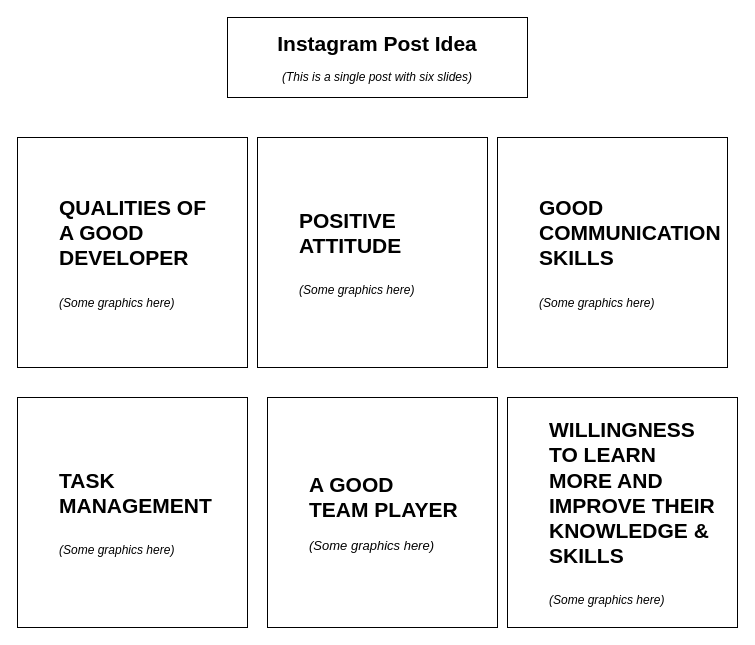
Above: Digital Marketting.drawio in fredricksimi/flickr (draw.io), before the change. Source tidied: cells renumbered, new cells numbered last; positions are measured from the earlier drawing's top-left corner, leaving out a move shared by most shapes. Both pictures are drawn from the tidied source at 100%, with x=0, y=0 at pixel (17, 17).
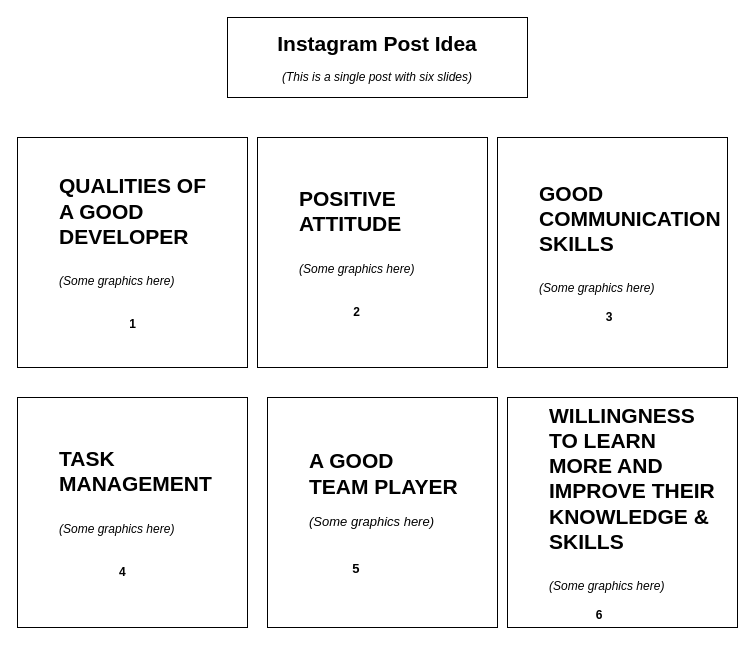
Above is the later version.

What changed in the source:
```diff
@@
 <mxGraphModel>
   <root>
     <mxCell id="0" />
     <mxCell id="1" parent="0" />
-    <mxCell id="2" value="&lt;blockquote style=&quot;margin: 0 0 0 40px ; border: none ; padding: 0px&quot;&gt;&lt;font style=&quot;font-size: 21px&quot;&gt;&lt;b&gt;QUALITIES OF &lt;/b&gt;&lt;/font&gt;&lt;div style=&quot;font-size: 21px&quot;&gt;&lt;font style=&quot;font-size: 21px&quot;&gt;&lt;b&gt;A GOOD&amp;nbsp;&lt;/b&gt;&lt;/font&gt;&lt;/div&gt;&lt;div style=&quot;font-size: 21px&quot;&gt;&lt;font style=&quot;font-size: 21px&quot;&gt;&lt;b&gt;DEVELOPER&lt;/b&gt;&lt;/font&gt;&lt;/div&gt;&lt;div style=&quot;font-size: 21px&quot;&gt;&lt;font style=&quot;font-size: 21px&quot;&gt;&lt;b&gt;&lt;br&gt;&lt;/b&gt;&lt;/font&gt;&lt;/div&gt;&lt;div&gt;&lt;i&gt;&lt;font style=&quot;font-size: 12px&quot;&gt;(Some graphics here)&lt;/font&gt;&lt;/i&gt;&lt;/div&gt;&lt;/blockquote&gt;" style="whiteSpace=wrap;html=1;align=left;" parent="1" vertex="1">
+    <mxCell id="2" value="&lt;blockquote style=&quot;margin: 0 0 0 40px ; border: none ; padding: 0px&quot;&gt;&lt;font style=&quot;font-size: 21px&quot;&gt;&lt;b&gt;QUALITIES OF &lt;/b&gt;&lt;/font&gt;&lt;div style=&quot;font-size: 21px&quot;&gt;&lt;font style=&quot;font-size: 21px&quot;&gt;&lt;b&gt;A GOOD&amp;nbsp;&lt;/b&gt;&lt;/font&gt;&lt;/div&gt;&lt;div style=&quot;font-size: 21px&quot;&gt;&lt;font style=&quot;font-size: 21px&quot;&gt;&lt;b&gt;DEVELOPER&lt;/b&gt;&lt;/font&gt;&lt;/div&gt;&lt;div style=&quot;font-size: 21px&quot;&gt;&lt;font style=&quot;font-size: 21px&quot;&gt;&lt;b&gt;&lt;br&gt;&lt;/b&gt;&lt;/font&gt;&lt;/div&gt;&lt;div&gt;&lt;i&gt;&lt;font style=&quot;font-size: 12px&quot;&gt;(Some graphics here)&lt;/font&gt;&lt;/i&gt;&lt;/div&gt;&lt;div&gt;&lt;i&gt;&lt;font style=&quot;font-size: 12px&quot;&gt;&lt;br&gt;&lt;/font&gt;&lt;/i&gt;&lt;/div&gt;&lt;div&gt;&lt;i&gt;&lt;font style=&quot;font-size: 12px&quot;&gt;&lt;br&gt;&lt;/font&gt;&lt;/i&gt;&lt;/div&gt;&lt;div style=&quot;text-align: center&quot;&gt;&lt;font style=&quot;font-size: 12px&quot;&gt;&lt;b&gt;1&lt;/b&gt;&lt;/font&gt;&lt;/div&gt;&lt;/blockquote&gt;" style="whiteSpace=wrap;html=1;align=left;" parent="1" vertex="1">
       <mxGeometry y="120" width="230" height="230" as="geometry" />
     </mxCell>
-    <mxCell id="3" value="&lt;blockquote style=&quot;margin: 0 0 0 40px ; border: none ; padding: 0px&quot;&gt;&lt;span style=&quot;font-size: 21px&quot;&gt;&lt;b&gt;POSITIVE&lt;/b&gt;&lt;/span&gt;&lt;/blockquote&gt;&lt;blockquote style=&quot;margin: 0 0 0 40px ; border: none ; padding: 0px&quot;&gt;&lt;span style=&quot;font-size: 21px&quot;&gt;&lt;b&gt;ATTITUDE&lt;/b&gt;&lt;/span&gt;&lt;/blockquote&gt;&lt;blockquote style=&quot;margin: 0 0 0 40px ; border: none ; padding: 0px&quot;&gt;&lt;span style=&quot;font-size: 21px&quot;&gt;&lt;b&gt;&lt;br&gt;&lt;/b&gt;&lt;/span&gt;&lt;/blockquote&gt;&lt;blockquote style=&quot;margin: 0 0 0 40px ; border: none ; padding: 0px&quot;&gt;&lt;i&gt;&lt;font style=&quot;font-size: 12px&quot;&gt;(Some graphics here)&lt;/font&gt;&lt;/i&gt;&lt;/blockquote&gt;" style="whiteSpace=wrap;html=1;align=left;" parent="1" vertex="1">
+    <mxCell id="3" value="&lt;blockquote style=&quot;margin: 0 0 0 40px ; border: none ; padding: 0px&quot;&gt;&lt;span style=&quot;font-size: 21px&quot;&gt;&lt;b&gt;POSITIVE&lt;/b&gt;&lt;/span&gt;&lt;/blockquote&gt;&lt;blockquote style=&quot;margin: 0 0 0 40px ; border: none ; padding: 0px&quot;&gt;&lt;span style=&quot;font-size: 21px&quot;&gt;&lt;b&gt;ATTITUDE&lt;/b&gt;&lt;/span&gt;&lt;/blockquote&gt;&lt;blockquote style=&quot;margin: 0 0 0 40px ; border: none ; padding: 0px&quot;&gt;&lt;span style=&quot;font-size: 21px&quot;&gt;&lt;b&gt;&lt;br&gt;&lt;/b&gt;&lt;/span&gt;&lt;/blockquote&gt;&lt;blockquote style=&quot;margin: 0 0 0 40px ; border: none ; padding: 0px&quot;&gt;&lt;i&gt;&lt;font style=&quot;font-size: 12px&quot;&gt;(Some graphics here)&lt;/font&gt;&lt;/i&gt;&lt;/blockquote&gt;&lt;blockquote style=&quot;margin: 0 0 0 40px ; border: none ; padding: 0px&quot;&gt;&lt;i&gt;&lt;font style=&quot;font-size: 12px&quot;&gt;&lt;br&gt;&lt;/font&gt;&lt;/i&gt;&lt;/blockquote&gt;&lt;blockquote style=&quot;margin: 0 0 0 40px ; border: none ; padding: 0px&quot;&gt;&lt;i&gt;&lt;font style=&quot;font-size: 12px&quot;&gt;&lt;br&gt;&lt;/font&gt;&lt;/i&gt;&lt;/blockquote&gt;&lt;blockquote style=&quot;text-align: center ; margin: 0px 0px 0px 40px ; border: none ; padding: 0px&quot;&gt;&lt;b&gt;2&lt;/b&gt;&lt;i&gt;&lt;font style=&quot;font-size: 12px&quot;&gt;&lt;br&gt;&lt;/font&gt;&lt;/i&gt;&lt;/blockquote&gt;" style="whiteSpace=wrap;html=1;align=left;" parent="1" vertex="1">
       <mxGeometry x="240" y="120" width="230" height="230" as="geometry" />
     </mxCell>
-    <mxCell id="4" value="&lt;blockquote style=&quot;margin: 0 0 0 40px ; border: none ; padding: 0px&quot;&gt;&lt;span style=&quot;font-size: 21px&quot;&gt;&lt;b&gt;GOOD&amp;nbsp;&lt;/b&gt;&lt;/span&gt;&lt;/blockquote&gt;&lt;blockquote style=&quot;margin: 0 0 0 40px ; border: none ; padding: 0px&quot;&gt;&lt;span style=&quot;font-size: 21px&quot;&gt;&lt;b&gt;COMMUNICATION&lt;/b&gt;&lt;/span&gt;&lt;/blockquote&gt;&lt;blockquote style=&quot;margin: 0 0 0 40px ; border: none ; padding: 0px&quot;&gt;&lt;span style=&quot;font-size: 21px&quot;&gt;&lt;b&gt;SKILLS&lt;/b&gt;&lt;/span&gt;&lt;/blockquote&gt;&lt;blockquote style=&quot;margin: 0 0 0 40px ; border: none ; padding: 0px&quot;&gt;&lt;span style=&quot;font-size: 21px&quot;&gt;&lt;b&gt;&lt;br&gt;&lt;/b&gt;&lt;/span&gt;&lt;/blockquote&gt;&lt;blockquote style=&quot;margin: 0 0 0 40px ; border: none ; padding: 0px&quot;&gt;&lt;font style=&quot;font-size: 12px&quot;&gt;&lt;i&gt;(Some graphics here)&lt;/i&gt;&lt;/font&gt;&lt;/blockquote&gt;" style="whiteSpace=wrap;html=1;align=left;" parent="1" vertex="1">
+    <mxCell id="4" value="&lt;blockquote style=&quot;margin: 0 0 0 40px ; border: none ; padding: 0px&quot;&gt;&lt;span style=&quot;font-size: 21px&quot;&gt;&lt;b&gt;GOOD&amp;nbsp;&lt;/b&gt;&lt;/span&gt;&lt;/blockquote&gt;&lt;blockquote style=&quot;margin: 0 0 0 40px ; border: none ; padding: 0px&quot;&gt;&lt;span style=&quot;font-size: 21px&quot;&gt;&lt;b&gt;COMMUNICATION&lt;/b&gt;&lt;/span&gt;&lt;/blockquote&gt;&lt;blockquote style=&quot;margin: 0 0 0 40px ; border: none ; padding: 0px&quot;&gt;&lt;span style=&quot;font-size: 21px&quot;&gt;&lt;b&gt;SKILLS&lt;/b&gt;&lt;/span&gt;&lt;/blockquote&gt;&lt;blockquote style=&quot;margin: 0 0 0 40px ; border: none ; padding: 0px&quot;&gt;&lt;span style=&quot;font-size: 21px&quot;&gt;&lt;b&gt;&lt;br&gt;&lt;/b&gt;&lt;/span&gt;&lt;/blockquote&gt;&lt;blockquote style=&quot;margin: 0 0 0 40px ; border: none ; padding: 0px&quot;&gt;&lt;font style=&quot;font-size: 12px&quot;&gt;&lt;i&gt;(Some graphics here)&lt;/i&gt;&lt;/font&gt;&lt;/blockquote&gt;&lt;blockquote style=&quot;margin: 0 0 0 40px ; border: none ; padding: 0px&quot;&gt;&lt;b style=&quot;text-align: center&quot;&gt;&lt;br&gt;&lt;/b&gt;&lt;/blockquote&gt;&lt;blockquote style=&quot;text-align: left ; margin: 0px 0px 0px 40px ; border: none ; padding: 0px&quot;&gt;&lt;span style=&quot;text-align: center&quot;&gt;&lt;i&gt;&amp;nbsp; &amp;nbsp; &amp;nbsp; &amp;nbsp; &amp;nbsp; &amp;nbsp; &amp;nbsp; &amp;nbsp; &amp;nbsp; &amp;nbsp;&amp;nbsp;&lt;/i&gt;&lt;/span&gt;&lt;b style=&quot;text-align: center&quot;&gt;3&lt;/b&gt;&lt;/blockquote&gt;" style="whiteSpace=wrap;html=1;align=left;" parent="1" vertex="1">
       <mxGeometry x="480" y="120" width="230" height="230" as="geometry" />
     </mxCell>
-    <mxCell id="5" value="&lt;blockquote style=&quot;margin: 0 0 0 40px ; border: none ; padding: 0px&quot;&gt;&lt;span style=&quot;font-size: 21px&quot;&gt;&lt;b&gt;TASK MANAGEMENT&lt;/b&gt;&lt;/span&gt;&lt;/blockquote&gt;&lt;blockquote style=&quot;margin: 0 0 0 40px ; border: none ; padding: 0px&quot;&gt;&lt;span style=&quot;font-size: 21px&quot;&gt;&lt;b&gt;&lt;br&gt;&lt;/b&gt;&lt;/span&gt;&lt;/blockquote&gt;&lt;blockquote style=&quot;margin: 0 0 0 40px ; border: none ; padding: 0px&quot;&gt;&lt;font style=&quot;font-size: 12px&quot;&gt;&lt;i&gt;(Some graphics here)&lt;/i&gt;&lt;/font&gt;&lt;/blockquote&gt;" style="whiteSpace=wrap;html=1;align=left;" parent="1" vertex="1">
+    <mxCell id="5" value="&lt;blockquote style=&quot;margin: 0 0 0 40px ; border: none ; padding: 0px&quot;&gt;&lt;span style=&quot;font-size: 21px&quot;&gt;&lt;b&gt;TASK MANAGEMENT&lt;/b&gt;&lt;/span&gt;&lt;/blockquote&gt;&lt;blockquote style=&quot;margin: 0 0 0 40px ; border: none ; padding: 0px&quot;&gt;&lt;span style=&quot;font-size: 21px&quot;&gt;&lt;b&gt;&lt;br&gt;&lt;/b&gt;&lt;/span&gt;&lt;/blockquote&gt;&lt;blockquote style=&quot;margin: 0 0 0 40px ; border: none ; padding: 0px&quot;&gt;&lt;font style=&quot;font-size: 12px&quot;&gt;&lt;i&gt;(Some graphics here)&lt;/i&gt;&lt;/font&gt;&lt;/blockquote&gt;&lt;blockquote style=&quot;margin: 0 0 0 40px ; border: none ; padding: 0px&quot;&gt;&lt;font style=&quot;font-size: 12px&quot;&gt;&lt;i&gt;&lt;br&gt;&lt;/i&gt;&lt;/font&gt;&lt;/blockquote&gt;&lt;blockquote style=&quot;margin: 0 0 0 40px ; border: none ; padding: 0px&quot;&gt;&lt;font style=&quot;font-size: 12px&quot;&gt;&lt;i&gt;&lt;br&gt;&lt;/i&gt;&lt;/font&gt;&lt;/blockquote&gt;&lt;blockquote style=&quot;margin: 0 0 0 40px ; border: none ; padding: 0px&quot;&gt;&lt;font style=&quot;font-size: 12px&quot;&gt;&lt;b&gt;&amp;nbsp; &amp;nbsp; &amp;nbsp; &amp;nbsp; &amp;nbsp; &amp;nbsp; &amp;nbsp; &amp;nbsp; &amp;nbsp; 4&lt;/b&gt;&lt;/font&gt;&lt;/blockquote&gt;" style="whiteSpace=wrap;html=1;align=left;" parent="1" vertex="1">
       <mxGeometry y="380" width="230" height="230" as="geometry" />
     </mxCell>
-    <mxCell id="6" value="&lt;blockquote style=&quot;margin: 0 0 0 40px ; border: none ; padding: 0px&quot;&gt;&lt;span style=&quot;font-size: 21px&quot;&gt;&lt;b&gt;A GOOD&amp;nbsp;&lt;/b&gt;&lt;/span&gt;&lt;/blockquote&gt;&lt;blockquote style=&quot;margin: 0px 0px 0px 40px ; border: none ; padding: 0px&quot;&gt;&lt;b&gt;&lt;font style=&quot;font-size: 21px&quot;&gt;TEAM PLAYER&lt;/font&gt;&lt;/b&gt;&lt;/blockquote&gt;&lt;blockquote style=&quot;margin: 0px 0px 0px 40px ; border: none ; padding: 0px ; font-size: 13px&quot;&gt;&lt;b&gt;&lt;i&gt;&lt;font style=&quot;font-size: 13px&quot;&gt;&lt;br&gt;&lt;/font&gt;&lt;/i&gt;&lt;/b&gt;&lt;/blockquote&gt;&lt;blockquote style=&quot;margin: 0px 0px 0px 40px ; border: none ; padding: 0px ; font-size: 13px&quot;&gt;&lt;i&gt;&lt;font style=&quot;font-size: 13px&quot;&gt;(Some graphics here)&lt;/font&gt;&lt;/i&gt;&lt;/blockquote&gt;" style="whiteSpace=wrap;html=1;align=left;" parent="1" vertex="1">
+    <mxCell id="6" value="&lt;blockquote style=&quot;margin: 0 0 0 40px ; border: none ; padding: 0px&quot;&gt;&lt;span style=&quot;font-size: 21px&quot;&gt;&lt;b&gt;A GOOD&amp;nbsp;&lt;/b&gt;&lt;/span&gt;&lt;/blockquote&gt;&lt;blockquote style=&quot;margin: 0px 0px 0px 40px ; border: none ; padding: 0px&quot;&gt;&lt;b&gt;&lt;font style=&quot;font-size: 21px&quot;&gt;TEAM PLAYER&lt;/font&gt;&lt;/b&gt;&lt;/blockquote&gt;&lt;blockquote style=&quot;margin: 0px 0px 0px 40px ; border: none ; padding: 0px ; font-size: 13px&quot;&gt;&lt;b&gt;&lt;i&gt;&lt;font style=&quot;font-size: 13px&quot;&gt;&lt;br&gt;&lt;/font&gt;&lt;/i&gt;&lt;/b&gt;&lt;/blockquote&gt;&lt;blockquote style=&quot;margin: 0px 0px 0px 40px ; border: none ; padding: 0px ; font-size: 13px&quot;&gt;&lt;i&gt;&lt;font style=&quot;font-size: 13px&quot;&gt;(Some graphics here)&lt;/font&gt;&lt;/i&gt;&lt;/blockquote&gt;&lt;blockquote style=&quot;margin: 0px 0px 0px 40px ; border: none ; padding: 0px ; font-size: 13px&quot;&gt;&lt;i&gt;&lt;font style=&quot;font-size: 13px&quot;&gt;&lt;br&gt;&lt;/font&gt;&lt;/i&gt;&lt;/blockquote&gt;&lt;blockquote style=&quot;margin: 0px 0px 0px 40px ; border: none ; padding: 0px ; font-size: 13px&quot;&gt;&lt;i&gt;&lt;font style=&quot;font-size: 13px&quot;&gt;&lt;br&gt;&lt;/font&gt;&lt;/i&gt;&lt;/blockquote&gt;&lt;blockquote style=&quot;margin: 0px 0px 0px 40px ; border: none ; padding: 0px ; font-size: 13px&quot;&gt;&lt;font style=&quot;font-size: 13px&quot;&gt;&lt;b&gt;&lt;span style=&quot;white-space: pre&quot;&gt; &lt;/span&gt;&amp;nbsp; &amp;nbsp; &amp;nbsp; &amp;nbsp; &amp;nbsp; &amp;nbsp;5&lt;/b&gt;&lt;/font&gt;&lt;/blockquote&gt;" style="whiteSpace=wrap;html=1;align=left;" parent="1" vertex="1">
       <mxGeometry x="250" y="380" width="230" height="230" as="geometry" />
     </mxCell>
-    <mxCell id="7" value="&lt;blockquote style=&quot;margin: 0 0 0 40px ; border: none ; padding: 0px&quot;&gt;&lt;span style=&quot;font-size: 21px&quot;&gt;&lt;b&gt;WILLINGNESS&lt;/b&gt;&lt;/span&gt;&lt;/blockquote&gt;&lt;blockquote style=&quot;margin: 0 0 0 40px ; border: none ; padding: 0px&quot;&gt;&lt;span style=&quot;font-size: 21px&quot;&gt;&lt;b&gt;TO LEARN&amp;nbsp;&lt;/b&gt;&lt;/span&gt;&lt;/blockquote&gt;&lt;blockquote style=&quot;margin: 0 0 0 40px ; border: none ; padding: 0px&quot;&gt;&lt;span style=&quot;font-size: 21px&quot;&gt;&lt;b&gt;MORE AND&amp;nbsp;&lt;/b&gt;&lt;/span&gt;&lt;/blockquote&gt;&lt;blockquote style=&quot;margin: 0 0 0 40px ; border: none ; padding: 0px&quot;&gt;&lt;span style=&quot;font-size: 21px&quot;&gt;&lt;b&gt;IMPROVE THEIR&lt;/b&gt;&lt;/span&gt;&lt;/blockquote&gt;&lt;blockquote style=&quot;margin: 0 0 0 40px ; border: none ; padding: 0px&quot;&gt;&lt;span style=&quot;font-size: 21px&quot;&gt;&lt;b&gt;KNOWLEDGE &amp;amp;&lt;/b&gt;&lt;/span&gt;&lt;/blockquote&gt;&lt;blockquote style=&quot;margin: 0 0 0 40px ; border: none ; padding: 0px&quot;&gt;&lt;span style=&quot;font-size: 21px&quot;&gt;&lt;b&gt;SKILLS&lt;/b&gt;&lt;/span&gt;&lt;/blockquote&gt;&lt;blockquote style=&quot;margin: 0 0 0 40px ; border: none ; padding: 0px&quot;&gt;&lt;span style=&quot;font-size: 21px&quot;&gt;&lt;b&gt;&lt;br&gt;&lt;/b&gt;&lt;/span&gt;&lt;/blockquote&gt;&lt;blockquote style=&quot;margin: 0 0 0 40px ; border: none ; padding: 0px&quot;&gt;&lt;font style=&quot;font-size: 12px&quot;&gt;&lt;i&gt;(Some graphics here)&lt;/i&gt;&lt;/font&gt;&lt;/blockquote&gt;" style="whiteSpace=wrap;html=1;align=left;" parent="1" vertex="1">
+    <mxCell id="7" value="&lt;blockquote style=&quot;margin: 0 0 0 40px ; border: none ; padding: 0px&quot;&gt;&lt;span style=&quot;font-size: 21px&quot;&gt;&lt;b&gt;WILLINGNESS&lt;/b&gt;&lt;/span&gt;&lt;/blockquote&gt;&lt;blockquote style=&quot;margin: 0 0 0 40px ; border: none ; padding: 0px&quot;&gt;&lt;span style=&quot;font-size: 21px&quot;&gt;&lt;b&gt;TO LEARN&amp;nbsp;&lt;/b&gt;&lt;/span&gt;&lt;/blockquote&gt;&lt;blockquote style=&quot;margin: 0 0 0 40px ; border: none ; padding: 0px&quot;&gt;&lt;span style=&quot;font-size: 21px&quot;&gt;&lt;b&gt;MORE AND&amp;nbsp;&lt;/b&gt;&lt;/span&gt;&lt;/blockquote&gt;&lt;blockquote style=&quot;margin: 0 0 0 40px ; border: none ; padding: 0px&quot;&gt;&lt;span style=&quot;font-size: 21px&quot;&gt;&lt;b&gt;IMPROVE THEIR&lt;/b&gt;&lt;/span&gt;&lt;/blockquote&gt;&lt;blockquote style=&quot;margin: 0 0 0 40px ; border: none ; padding: 0px&quot;&gt;&lt;span style=&quot;font-size: 21px&quot;&gt;&lt;b&gt;KNOWLEDGE &amp;amp;&lt;/b&gt;&lt;/span&gt;&lt;/blockquote&gt;&lt;blockquote style=&quot;margin: 0 0 0 40px ; border: none ; padding: 0px&quot;&gt;&lt;span style=&quot;font-size: 21px&quot;&gt;&lt;b&gt;SKILLS&lt;/b&gt;&lt;/span&gt;&lt;/blockquote&gt;&lt;blockquote style=&quot;margin: 0 0 0 40px ; border: none ; padding: 0px&quot;&gt;&lt;span style=&quot;font-size: 21px&quot;&gt;&lt;b&gt;&lt;br&gt;&lt;/b&gt;&lt;/span&gt;&lt;/blockquote&gt;&lt;blockquote style=&quot;margin: 0 0 0 40px ; border: none ; padding: 0px&quot;&gt;&lt;font style=&quot;font-size: 12px&quot;&gt;&lt;i&gt;(Some graphics here)&lt;/i&gt;&lt;/font&gt;&lt;/blockquote&gt;&lt;blockquote style=&quot;margin: 0 0 0 40px ; border: none ; padding: 0px&quot;&gt;&lt;font style=&quot;font-size: 12px&quot;&gt;&lt;i&gt;&lt;br&gt;&lt;/i&gt;&lt;/font&gt;&lt;/blockquote&gt;&lt;blockquote style=&quot;margin: 0 0 0 40px ; border: none ; padding: 0px&quot;&gt;&lt;font style=&quot;font-size: 12px&quot;&gt;&lt;b&gt;&lt;span style=&quot;white-space: pre&quot;&gt; &lt;/span&gt;&amp;nbsp; &amp;nbsp; &amp;nbsp; &amp;nbsp; &amp;nbsp; &amp;nbsp; &amp;nbsp;6&lt;/b&gt;&lt;/font&gt;&lt;/blockquote&gt;" style="whiteSpace=wrap;html=1;align=left;" parent="1" vertex="1">
       <mxGeometry x="490" y="380" width="230" height="230" as="geometry" />
     </mxCell>
     <mxCell id="8" value="&lt;font&gt;&lt;b style=&quot;font-size: 21px&quot;&gt;Instagram Post Idea&lt;br&gt;&lt;/b&gt;&lt;br&gt;&lt;font style=&quot;font-size: 12px&quot;&gt;&lt;i&gt;(This is a single post with six slides)&lt;/i&gt;&lt;/font&gt;&lt;br&gt;&lt;/font&gt;" style="whiteSpace=wrap;html=1;" parent="1" vertex="1">
       <mxGeometry x="210" width="300" height="80" as="geometry" />
     </mxCell>
   </root>
 </mxGraphModel>
```
